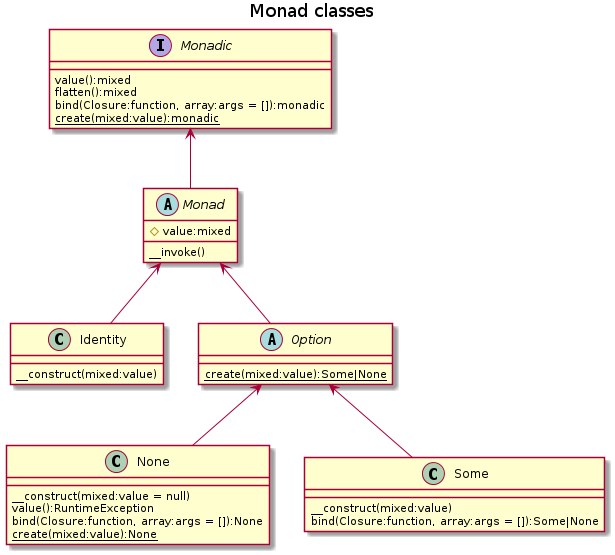
Before: docs/monad-classes.png, a diagram exported from PlantUML (chippyash/Monad).
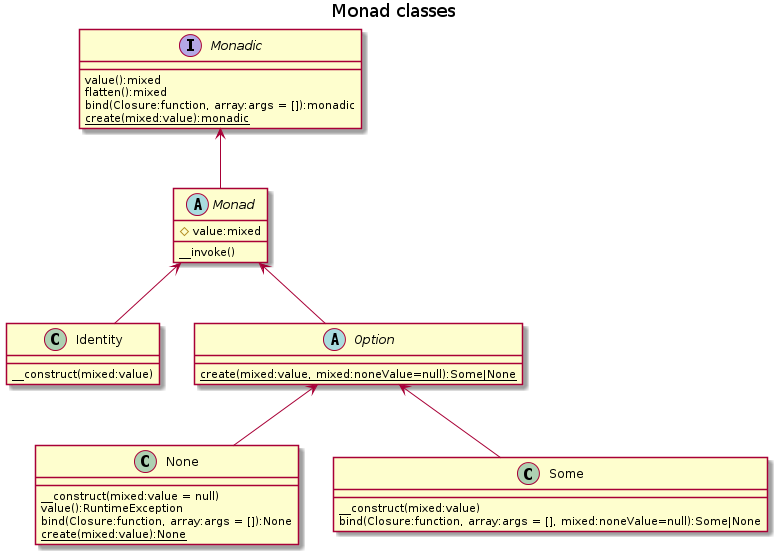
The same diagram one commit later.

The edit, as a diff of the source:
```diff
@@ -18,7 +18,7 @@
 }
 
 abstract class Option {
-    {static} create(mixed:value):Some|None
+    {static} create(mixed:value, mixed:noneValue=null):Some|None
 }
 
 class None {
@@ -30,7 +30,7 @@
 
 class Some {
     __construct(mixed:value)
-    bind(Closure:function, array:args = []):Some|None
+    bind(Closure:function, array:args = [], mixed:noneValue=null):Some|None
 }
 
 Monadic <-- Monad
```
